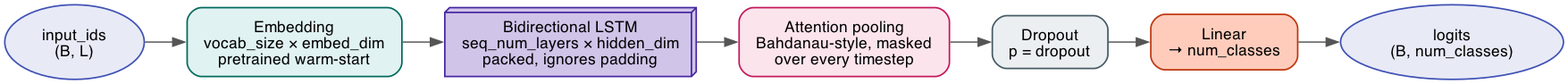
Before: docs/bilstm_diagram.png, a diagram exported from Graphviz (yahyafati/automl-textual-project-mirror). Its source is kept beside it as docs/bilstm_diagram.dot.
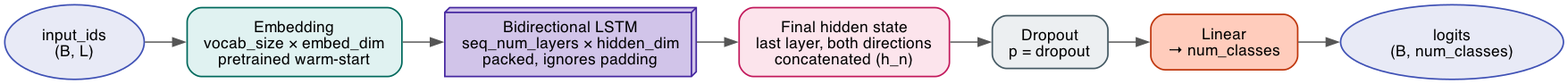
The same diagram one commit later.

Commit message:
Update BiLSTM diagram and documentation to reflect changes in architecture

Change to the diagram source:
```diff
@@ -8,10 +8,10 @@
     input [label="input_ids\n(B, L)", shape=oval, fillcolor="#E8EAF6", color="#3F51B5"];
     embed [label="Embedding\nvocab_size × embed_dim\npretrained warm-start", fillcolor="#E0F2F1", color="#00695C"];
     lstm [label="Bidirectional LSTM\nseq_num_layers × hidden_dim\npacked, ignores padding", fillcolor="#D1C4E9", color="#4527A0", shape=box3d];
-    attn [label="Attention pooling\nBahdanau-style, masked\nover every timestep", fillcolor="#FCE4EC", color="#C2185B"];
+    final [label="Final hidden state\nlast layer, both directions\nconcatenated (h_n)", fillcolor="#FCE4EC", color="#C2185B"];
     dropout [label="Dropout\np = dropout", fillcolor="#ECEFF1", color="#455A64"];
     fc [label="Linear\n→ num_classes", fillcolor="#FFCCBC", color="#BF360C"];
     output [label="logits\n(B, num_classes)", shape=oval, fillcolor="#E8EAF6", color="#3F51B5"];
 
-    input -> embed -> lstm -> attn -> dropout -> fc -> output;
+    input -> embed -> lstm -> final -> dropout -> fc -> output;
 }
```
